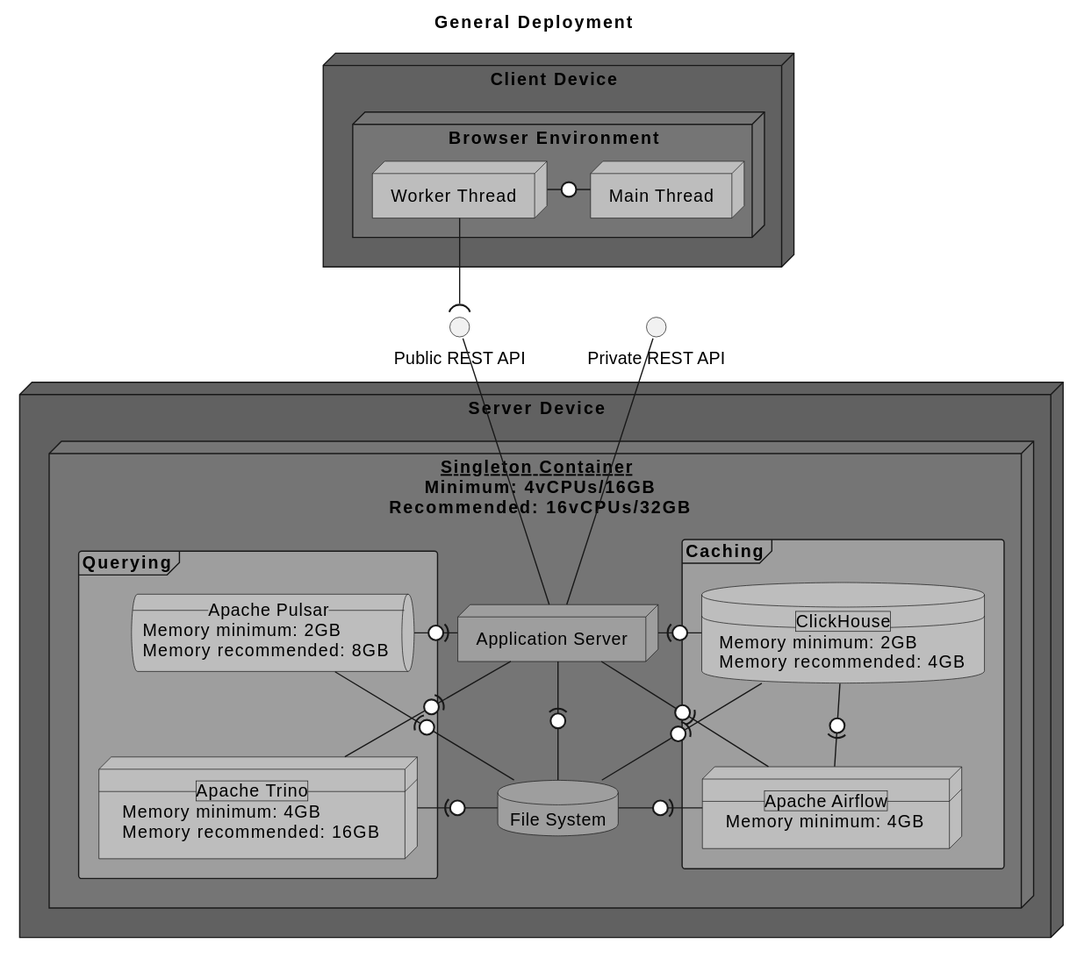
hdml-github/hdml-github.github.io keeps this PlantUML diagram as svg/general/deployment.svg. Above is the earlier version.
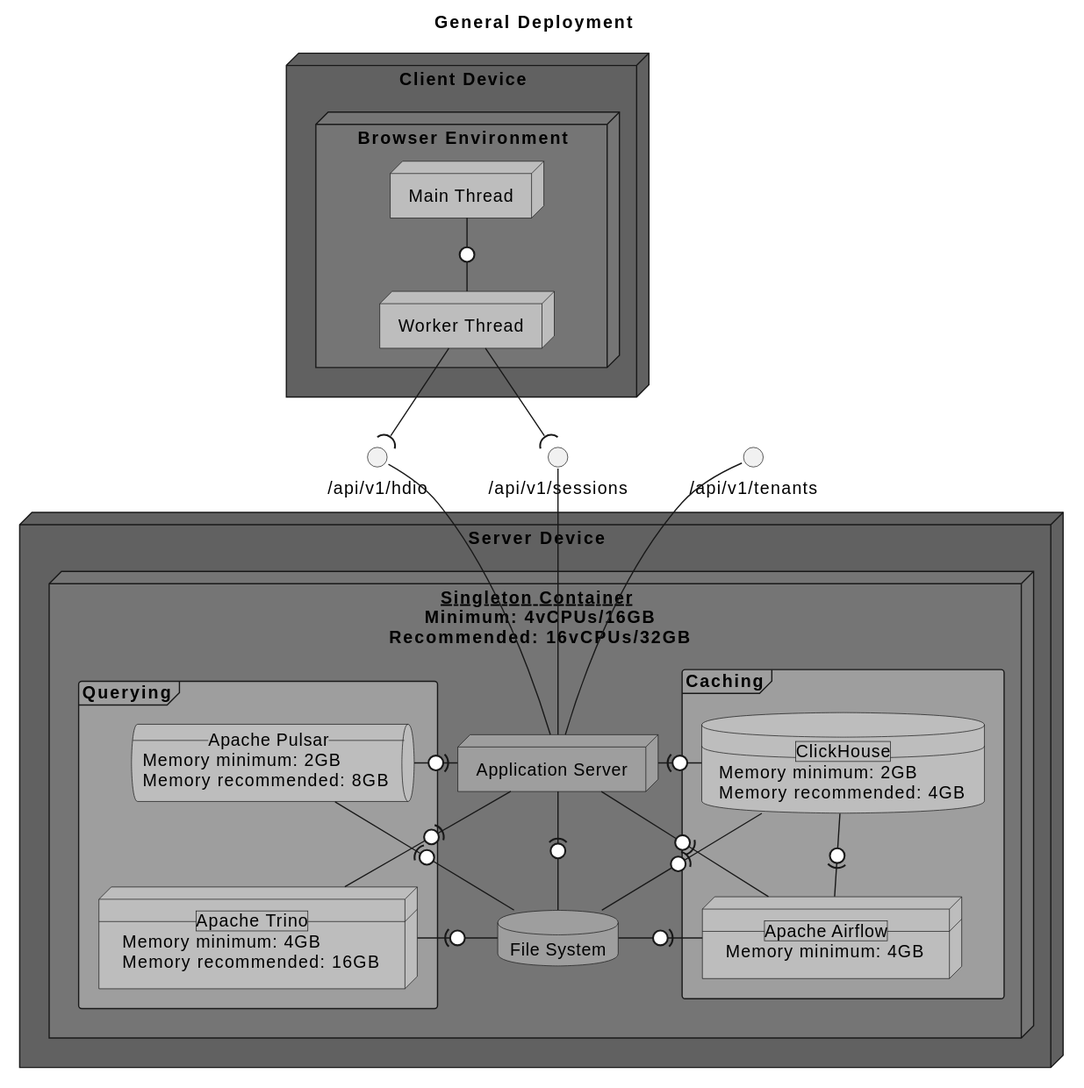
The same diagram one commit later.

What changed in the source:
```diff
@@ -6,7 +6,7 @@
       node "Main Thread" as Main_Thread #bdbdbd
       node "Worker Thread" as Worker_Thread #bdbdbd
 
-      Worker_Thread -ri0- Main_Thread
+      Main_Thread -0- Worker_Thread
     }
   }
 
@@ -41,10 +41,14 @@
     }
   }
 
-  interface "Public REST API" as Public_REST_API
+  interface "/api/v1/hdio" as Public_REST_API
   Worker_Thread --( Public_REST_API
   Public_REST_API -- Application_Server
 
-  interface "Private REST API" as Private_REST_API
-  Private_REST_API -- Application_Server
+  interface "/api/v1/sessions" as Sessions_REST_API
+  Worker_Thread --( Sessions_REST_API
+  Sessions_REST_API -- Application_Server
+
+  interface "/api/v1/tenants" as Tenants_REST_API
+  Tenants_REST_API -- Application_Server
 @enduml
```
